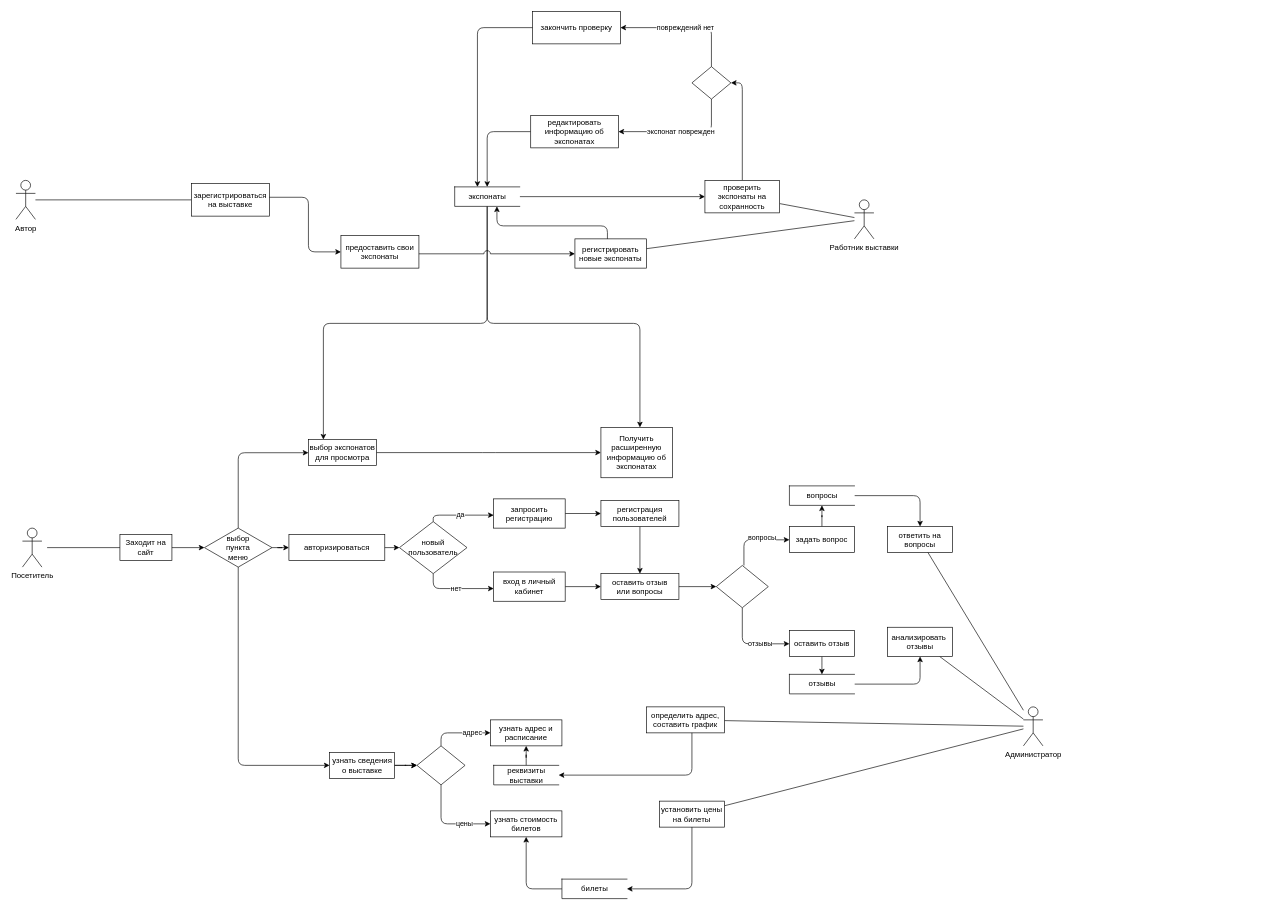
The draw.io diagram Diagrams/DFD_use-case.drawio in OlgaMats/-, before the edit. Source tidied: cells renumbered, new cells numbered last; positions are measured from the earlier drawing's top-left corner, leaving out a move shared by most shapes. Both pictures are drawn from the tidied source at 65%, with x=0, y=0 at pixel (16, 11).
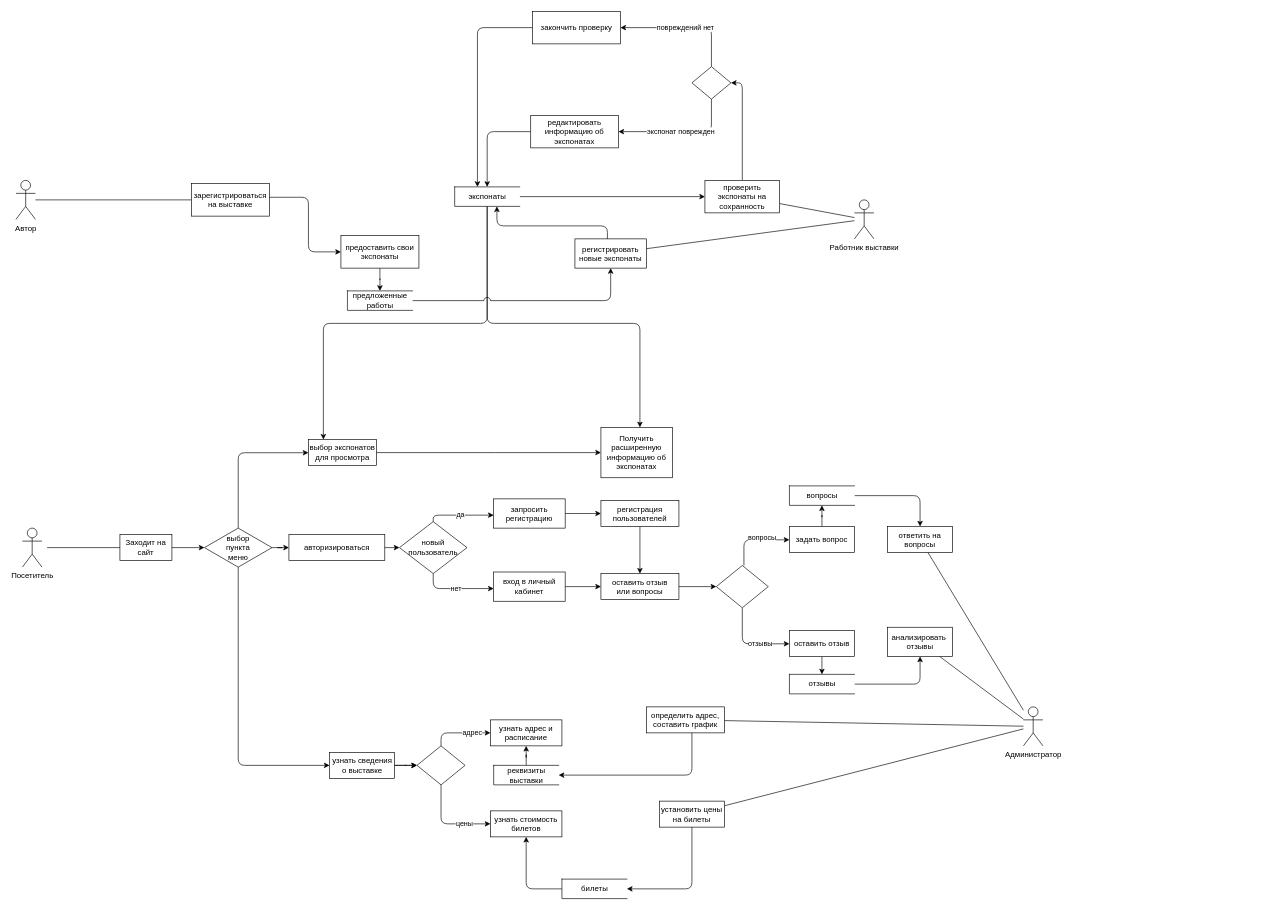
The same page after the edit.

Unchanged cells that the change refers to:
```xml
<mxCell id="35" value="регистрировать новые экспонаты" style="rounded=0;whiteSpace=wrap;html=1;hachureGap=4;strokeWidth=1;" parent="1" vertex="1">
  <mxGeometry x="860" y="350" width="110" height="45" as="geometry" />
</mxCell>
<mxCell id="67" value="предоставить свои экспонаты" style="rounded=0;whiteSpace=wrap;html=1;hachureGap=4;strokeWidth=1;" parent="1" vertex="1">
  <mxGeometry x="500" y="345" width="120" height="50" as="geometry" />
</mxCell>
```

What changed in the source:
```diff
@@
+    <mxCell id="87" style="edgeStyle=orthogonalEdgeStyle;rounded=1;jettySize=auto;html=1;" parent="1" edge="1" source="67" target="89">
+      <mxGeometry relative="1" as="geometry" />
+    </mxCell>
@@
-    <mxCell id="86" style="endArrow=classic;html=1;rounded=1;edgeStyle=orthogonalEdgeStyle;jumpStyle=arc;jumpSize=10;" parent="1" edge="1" source="67" target="35">
-      <mxGeometry relative="1" as="geometry">
-        <Array as="points">
-          <mxPoint x="690" y="373" />
-          <mxPoint x="690" y="373" />
-        </Array>
-      </mxGeometry>
-    </mxCell>
+    <mxCell id="88" style="edgeStyle=orthogonalEdgeStyle;rounded=1;jettySize=auto;html=1;jumpStyle=arc;jumpSize=10;" parent="1" edge="1" source="89" target="35">
+      <mxGeometry relative="1" as="geometry" />
+    </mxCell>
+    <mxCell id="89" value="предложенные &lt;br&gt;работы" style="html=1;dashed=0;whitespace=wrap;shape=partialRectangle;right=0;fontSize=12;strokeWidth=1;" parent="1" vertex="1">
+      <mxGeometry x="510" y="430" width="100" height="30" as="geometry" />
+    </mxCell>
```
